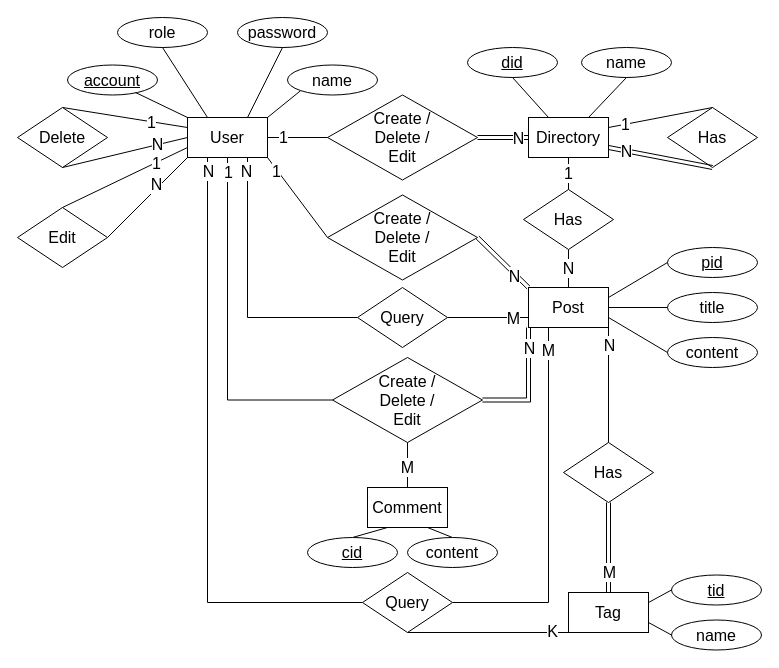
Before: ERD.drawio in gougon/gg_blogger, a draw.io diagram. Source tidied: cells renumbered, new cells numbered last; positions are measured from the earlier drawing's top-left corner, leaving out a move shared by most shapes. Both pictures are drawn from the tidied source at 100%, with x=0, y=0 at pixel (17, 17).
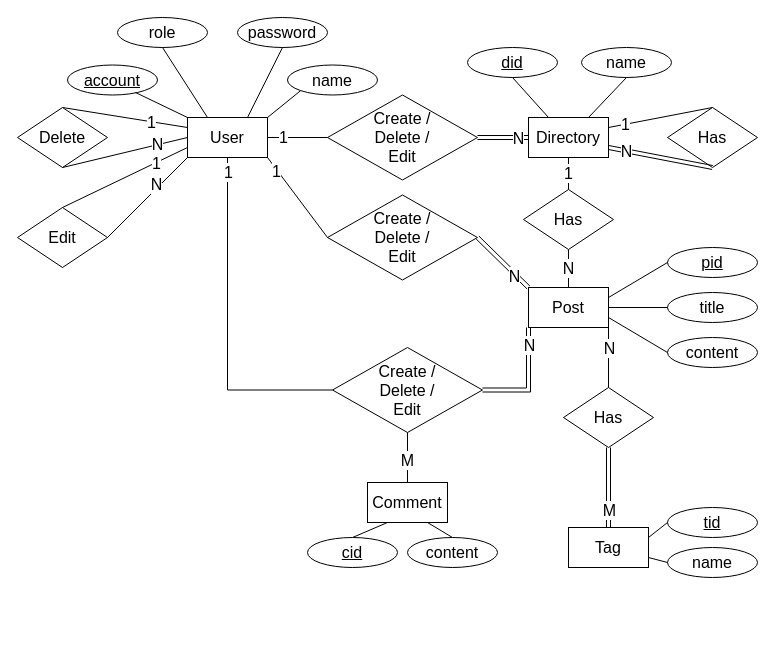
The same diagram, later.

The change refers to these unchanged cells:
```xml
<mxCell id="4" value="&lt;font style=&quot;font-size: 16px&quot;&gt;User&lt;/font&gt;" style="rounded=0;whiteSpace=wrap;html=1;" parent="1" vertex="1">
  <mxGeometry x="170" y="100" width="80" height="40" as="geometry" />
</mxCell>
<mxCell id="8" value="&lt;font style=&quot;font-size: 16px&quot;&gt;Post&lt;/font&gt;" style="rounded=0;whiteSpace=wrap;html=1;" parent="1" vertex="1">
  <mxGeometry x="511" y="270" width="80" height="40" as="geometry" />
</mxCell>
<mxCell id="55" style="rounded=0;jettySize=auto;html=1;exitX=0.5;exitY=0;exitDx=0;exitDy=0;fontSize=16;endArrow=none;endFill=0;entryX=1;entryY=1;entryDx=0;entryDy=0;" parent="1" edge="1" source="54" target="8">
  <mxGeometry relative="1" as="geometry" />
</mxCell>
```

The edit, as a diff of the source:
```diff
@@
-    <mxCell id="6" style="edgeStyle=orthogonalEdgeStyle;rounded=0;jettySize=auto;html=1;entryX=1;entryY=0.5;entryDx=0;entryDy=0;fontSize=16;endArrow=none;endFill=0;exitX=0.25;exitY=1;exitDx=0;exitDy=0;" parent="1" edge="1" source="8" target="72">
-      <mxGeometry relative="1" as="geometry" />
-    </mxCell>
-    <mxCell id="7" value="M" style="edgeLabel;html=1;align=center;verticalAlign=middle;fontSize=16;" parent="6" vertex="1">
-      <mxGeometry x="-0.92" y="3" relative="1" as="geometry">
-        <mxPoint x="-4" y="7" as="offset" />
-      </mxGeometry>
-    </mxCell>
@@
     <mxCell id="9" value="&lt;font style=&quot;font-size: 16px&quot;&gt;Comment&lt;/font&gt;" style="rounded=0;whiteSpace=wrap;html=1;" parent="1" vertex="1">
-      <mxGeometry x="350" y="470" width="80" height="40" as="geometry" />
+      <mxGeometry x="350" y="465" width="80" height="40" as="geometry" />
     </mxCell>
     <mxCell id="10" value="&lt;font style=&quot;font-size: 16px&quot;&gt;Tag&lt;/font&gt;" style="rounded=0;whiteSpace=wrap;html=1;" parent="1" vertex="1">
-      <mxGeometry x="551" y="575" width="80" height="40" as="geometry" />
+      <mxGeometry x="551" y="510" width="80" height="40" as="geometry" />
     </mxCell>
@@
-    <mxCell id="43" value="Query" style="rhombus;whiteSpace=wrap;html=1;fontSize=16;" parent="1" vertex="1">
-      <mxGeometry x="340" y="270" width="90" height="60" as="geometry" />
-    </mxCell>
-    <mxCell id="44" style="rounded=0;jettySize=auto;html=1;exitX=0;exitY=0.5;exitDx=0;exitDy=0;entryX=0.75;entryY=1;entryDx=0;entryDy=0;fontSize=16;endArrow=none;endFill=0;edgeStyle=orthogonalEdgeStyle;" parent="1" edge="1" source="43" target="4">
-      <mxGeometry relative="1" as="geometry" />
-    </mxCell>
-    <mxCell id="45" value="N" style="edgeLabel;html=1;align=center;verticalAlign=middle;fontSize=16;" parent="44" vertex="1">
-      <mxGeometry x="0.9" y="2" relative="1" as="geometry" />
-    </mxCell>
-    <mxCell id="46" style="rounded=0;jettySize=auto;html=1;exitX=0;exitY=0.75;exitDx=0;exitDy=0;entryX=1;entryY=0.5;entryDx=0;entryDy=0;fontSize=16;endArrow=none;endFill=0;" parent="1" edge="1" source="8" target="43">
-      <mxGeometry relative="1" as="geometry" />
-    </mxCell>
-    <mxCell id="47" value="M" style="edgeLabel;html=1;align=center;verticalAlign=middle;fontSize=16;" parent="46" vertex="1">
-      <mxGeometry x="-0.6" relative="1" as="geometry" />
-    </mxCell>
@@
     <mxCell id="54" value="Has" style="rhombus;whiteSpace=wrap;html=1;fontSize=16;" parent="1" vertex="1">
-      <mxGeometry x="546" y="425" width="90" height="60" as="geometry" />
+      <mxGeometry x="546" y="370" width="90" height="60" as="geometry" />
     </mxCell>
@@
     <mxCell id="56" value="N" style="edgeLabel;html=1;align=center;verticalAlign=middle;fontSize=16;" parent="55" vertex="1">
-      <mxGeometry x="0.7" relative="1" as="geometry" />
+      <mxGeometry x="0.7" relative="1" as="geometry">
+        <mxPoint y="11" as="offset" />
+      </mxGeometry>
     </mxCell>
     <mxCell id="57" value="&lt;u&gt;tid&lt;/u&gt;" style="ellipse;whiteSpace=wrap;html=1;fontSize=16;" parent="1" vertex="1">
-      <mxGeometry x="654" y="557.5" width="90" height="30" as="geometry" />
+      <mxGeometry x="650" y="490" width="90" height="30" as="geometry" />
     </mxCell>
     <mxCell id="58" value="name" style="ellipse;whiteSpace=wrap;html=1;fontSize=16;" parent="1" vertex="1">
-      <mxGeometry x="654" y="602.5" width="90" height="30" as="geometry" />
+      <mxGeometry x="650" y="530" width="90" height="30" as="geometry" />
     </mxCell>
@@
     <mxCell id="62" value="Create /&lt;br&gt;Delete /&lt;br&gt;Edit" style="rhombus;whiteSpace=wrap;html=1;fontSize=16;" parent="1" vertex="1">
-      <mxGeometry x="315" y="340" width="150" height="85" as="geometry" />
+      <mxGeometry x="315" y="330" width="150" height="85" as="geometry" />
     </mxCell>
@@
-    <mxCell id="65" value="M" style="rounded=0;orthogonalLoop=1;jettySize=auto;html=1;exitX=0.5;exitY=0;exitDx=0;exitDy=0;fontSize=16;endArrow=none;endFill=0;entryX=0.5;entryY=1;entryDx=0;entryDy=0;" parent="1" edge="1">
-      <mxGeometry x="-0.11" relative="1" as="geometry">
-        <mxPoint x="390" y="470" as="sourcePoint" />
-        <mxPoint x="390" y="425" as="targetPoint" />
-      </mxGeometry>
+    <mxCell id="65" value="M" style="rounded=0;jettySize=auto;html=1;fontSize=16;endArrow=none;endFill=0;entryX=0.5;entryY=1;entryDx=0;entryDy=0;exitX=0.5;exitY=0;exitDx=0;exitDy=0;" parent="1" edge="1" source="9" target="62">
+      <mxGeometry x="-0.11" relative="1" as="geometry" />
     </mxCell>
@@
-    <mxCell id="70" style="edgeStyle=none;rounded=0;jettySize=auto;html=1;exitX=0.5;exitY=1;exitDx=0;exitDy=0;entryX=0;entryY=1;entryDx=0;entryDy=0;fontSize=16;endArrow=none;endFill=0;" parent="1" edge="1" source="72" target="10">
-      <mxGeometry relative="1" as="geometry" />
-    </mxCell>
-    <mxCell id="71" value="K" style="edgeLabel;html=1;align=center;verticalAlign=middle;fontSize=16;" parent="70" vertex="1">
-      <mxGeometry x="0.79" y="2" relative="1" as="geometry" />
-    </mxCell>
-    <mxCell id="72" value="Query" style="rhombus;whiteSpace=wrap;html=1;fontSize=16;" parent="1" vertex="1">
-      <mxGeometry x="345" y="555" width="90" height="60" as="geometry" />
-    </mxCell>
-    <mxCell id="73" style="rounded=0;jettySize=auto;html=1;exitX=0;exitY=0.5;exitDx=0;exitDy=0;fontSize=16;endArrow=none;endFill=0;entryX=0.25;entryY=1;entryDx=0;entryDy=0;edgeStyle=orthogonalEdgeStyle;" parent="1" edge="1" source="72" target="4">
-      <mxGeometry relative="1" as="geometry" />
-    </mxCell>
-    <mxCell id="74" value="N" style="edgeLabel;html=1;align=center;verticalAlign=middle;fontSize=16;" parent="73" vertex="1">
-      <mxGeometry x="0.95" relative="1" as="geometry">
-        <mxPoint y="-2" as="offset" />
-      </mxGeometry>
-    </mxCell>
```
